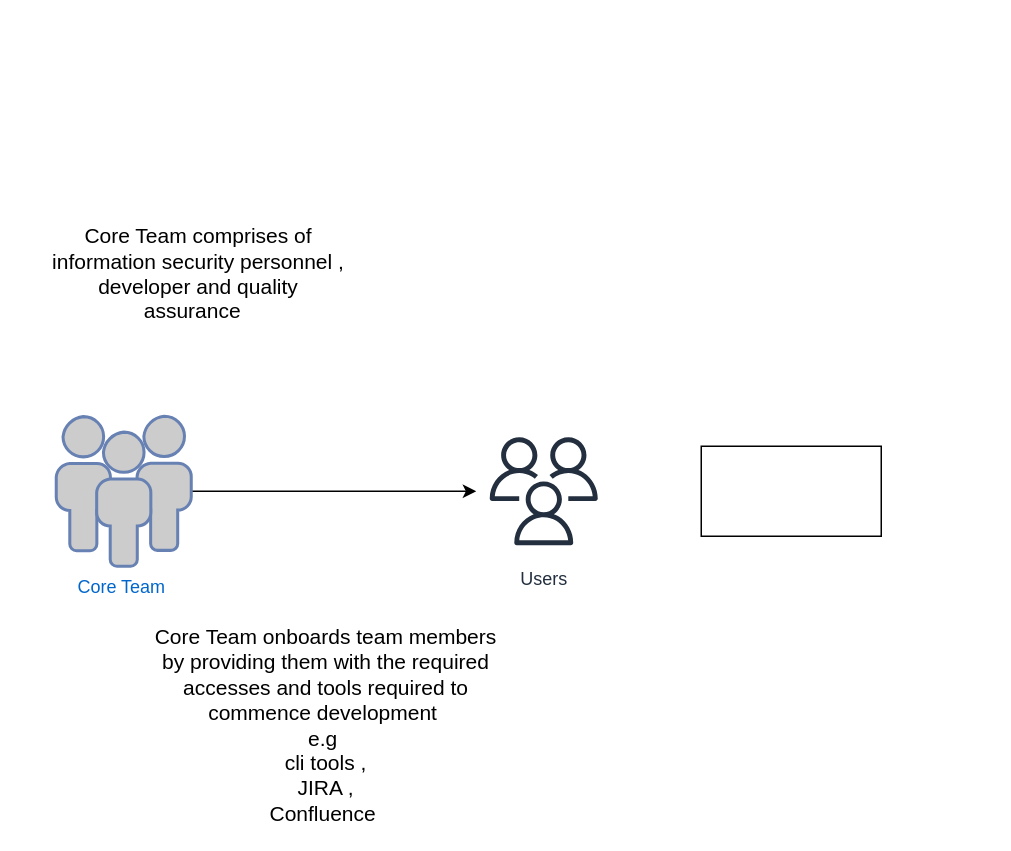
This is page "Internal process flow" (2 of 2) of icurity.drawio from tyger-rareatom/consulting-architectures, a draw.io file, before an edit. Source tidied: cells renumbered, new cells numbered last; positions are measured from the earlier drawing's top-left corner, leaving out a move shared by most shapes. Both pictures are drawn from the tidied source at 150%, with x=0, y=0 at pixel (40, 176).
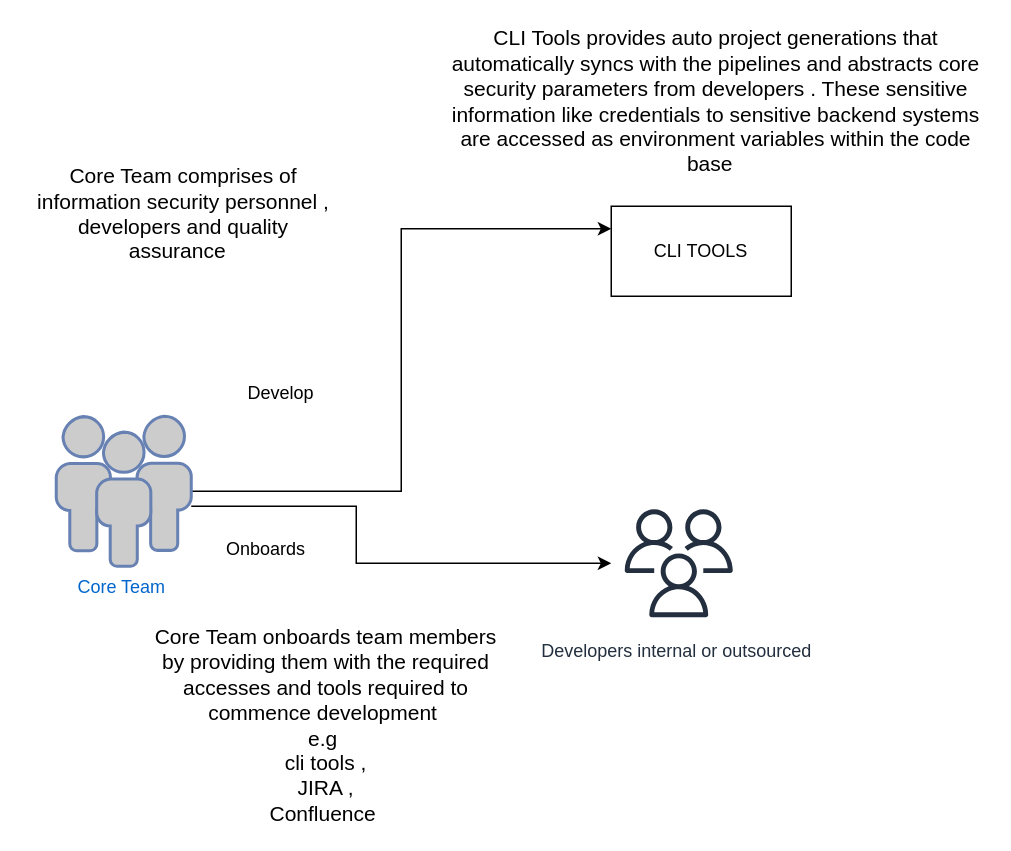
The same page after the edit.

Commit message:
Tweaking the process flows

The edit, as a diff of the source:
```diff
@@
 <mxGraphModel>
   <root>
     <mxCell id="0" />
     <mxCell id="1" parent="0" />
     <mxCell id="2" style="edgeStyle=orthogonalEdgeStyle;rounded=0;jettySize=auto;html=1;" parent="1" edge="1" source="3" target="4">
-      <mxGeometry relative="1" as="geometry" />
+      <mxGeometry relative="1" as="geometry">
+        <Array as="points">
+          <mxPoint x="210" y="220" />
+          <mxPoint x="210" y="258" />
+        </Array>
+      </mxGeometry>
     </mxCell>
+    <mxCell id="8" style="edgeStyle=orthogonalEdgeStyle;rounded=0;jettySize=auto;html=1;entryX=0;entryY=0.25;entryDx=0;entryDy=0;" parent="1" edge="1" source="3" target="9">
+      <mxGeometry relative="1" as="geometry" />
+    </mxCell>
     <mxCell id="3" value="Core Team&amp;nbsp;" style="fontColor=#0066CC;verticalAlign=top;verticalLabelPosition=bottom;labelPosition=center;align=center;html=1;outlineConnect=0;fillColor=#CCCCCC;strokeColor=#6881B3;gradientColor=none;gradientDirection=north;strokeWidth=2;shape=mxgraph.networks.users;" parent="1" vertex="1">
       <mxGeometry x="10" y="160" width="90" height="100" as="geometry" />
     </mxCell>
-    <mxCell id="4" value="Users" style="sketch=0;outlineConnect=0;fontColor=#232F3E;gradientColor=none;strokeColor=#232F3E;fillColor=#ffffff;dashed=0;verticalLabelPosition=bottom;verticalAlign=top;align=center;html=1;fontSize=12;fontStyle=0;shape=mxgraph.aws4.resourceIcon;resIcon=mxgraph.aws4.users;" parent="1" vertex="1">
-      <mxGeometry x="290" y="165" width="90" height="90" as="geometry" />
+    <mxCell id="4" value="Developers internal or outsourced&amp;nbsp;" style="sketch=0;outlineConnect=0;fontColor=#232F3E;gradientColor=none;strokeColor=#232F3E;fillColor=#ffffff;dashed=0;verticalLabelPosition=bottom;verticalAlign=top;align=center;html=1;fontSize=12;fontStyle=0;shape=mxgraph.aws4.resourceIcon;resIcon=mxgraph.aws4.users;" parent="1" vertex="1">
+      <mxGeometry x="380" y="213" width="90" height="90" as="geometry" />
     </mxCell>
     <mxCell id="5" value="&lt;font style=&quot;font-size: 14px&quot;&gt;Core Team onboards team members by providing them with the required accesses and tools required to commence development&amp;nbsp;&lt;br&gt;e.g&amp;nbsp;&lt;br&gt;cli tools ,&lt;br&gt;JIRA ,&lt;br&gt;Confluence&amp;nbsp;&lt;/font&gt;" style="text;html=1;strokeColor=none;fillColor=none;align=center;verticalAlign=middle;whiteSpace=wrap;rounded=0;" parent="1" vertex="1">
       <mxGeometry x="70" y="303" width="240" height="125" as="geometry" />
     </mxCell>
-    <mxCell id="6" style="rounded=0;whiteSpace=wrap;html=1;" parent="1" vertex="1">
-      <mxGeometry x="440" y="180" width="120" height="60" as="geometry" />
-    </mxCell>
-    <mxCell id="7" value="&lt;font style=&quot;font-size: 14px&quot;&gt;Core Team comprises of information security personnel , developer and quality assurance&amp;nbsp;&amp;nbsp;&lt;/font&gt;" style="text;html=1;strokeColor=none;fillColor=none;align=center;verticalAlign=middle;whiteSpace=wrap;rounded=0;" parent="1" vertex="1">
-      <mxGeometry width="210" height="130" as="geometry" />
+    <mxCell id="7" value="&lt;font style=&quot;font-size: 14px&quot;&gt;Core Team comprises of information security personnel , developers and quality assurance&amp;nbsp;&amp;nbsp;&lt;/font&gt;" style="text;html=1;strokeColor=none;fillColor=none;align=center;verticalAlign=middle;whiteSpace=wrap;rounded=0;" parent="1" vertex="1">
+      <mxGeometry x="-10" y="-50" width="210" height="150" as="geometry" />
     </mxCell>
+    <mxCell id="9" value="CLI TOOLS" style="rounded=0;whiteSpace=wrap;html=1;" parent="1" vertex="1">
+      <mxGeometry x="380" y="20" width="120" height="60" as="geometry" />
+    </mxCell>
+    <mxCell id="10" value="Develop" style="text;html=1;strokeColor=none;fillColor=none;align=center;verticalAlign=middle;whiteSpace=wrap;rounded=0;" parent="1" vertex="1">
+      <mxGeometry x="120" y="130" width="80" height="30" as="geometry" />
+    </mxCell>
+    <mxCell id="11" value="Onboards" style="text;html=1;strokeColor=none;fillColor=none;align=center;verticalAlign=middle;whiteSpace=wrap;rounded=0;" parent="1" vertex="1">
+      <mxGeometry x="110" y="238" width="80" height="22" as="geometry" />
+    </mxCell>
+    <mxCell id="12" value="&lt;font style=&quot;font-size: 14px&quot;&gt;CLI Tools provides auto project generations that automatically syncs with the pipelines and abstracts core security parameters from developers . These sensitive information like credentials to sensitive backend systems are accessed as environment variables within the code base&amp;nbsp;&amp;nbsp;&lt;/font&gt;" style="text;html=1;strokeColor=none;fillColor=none;align=center;verticalAlign=middle;whiteSpace=wrap;rounded=0;" parent="1" vertex="1">
+      <mxGeometry x="270" y="-100" width="360" height="100" as="geometry" />
+    </mxCell>
   </root>
 </mxGraphModel>
```
